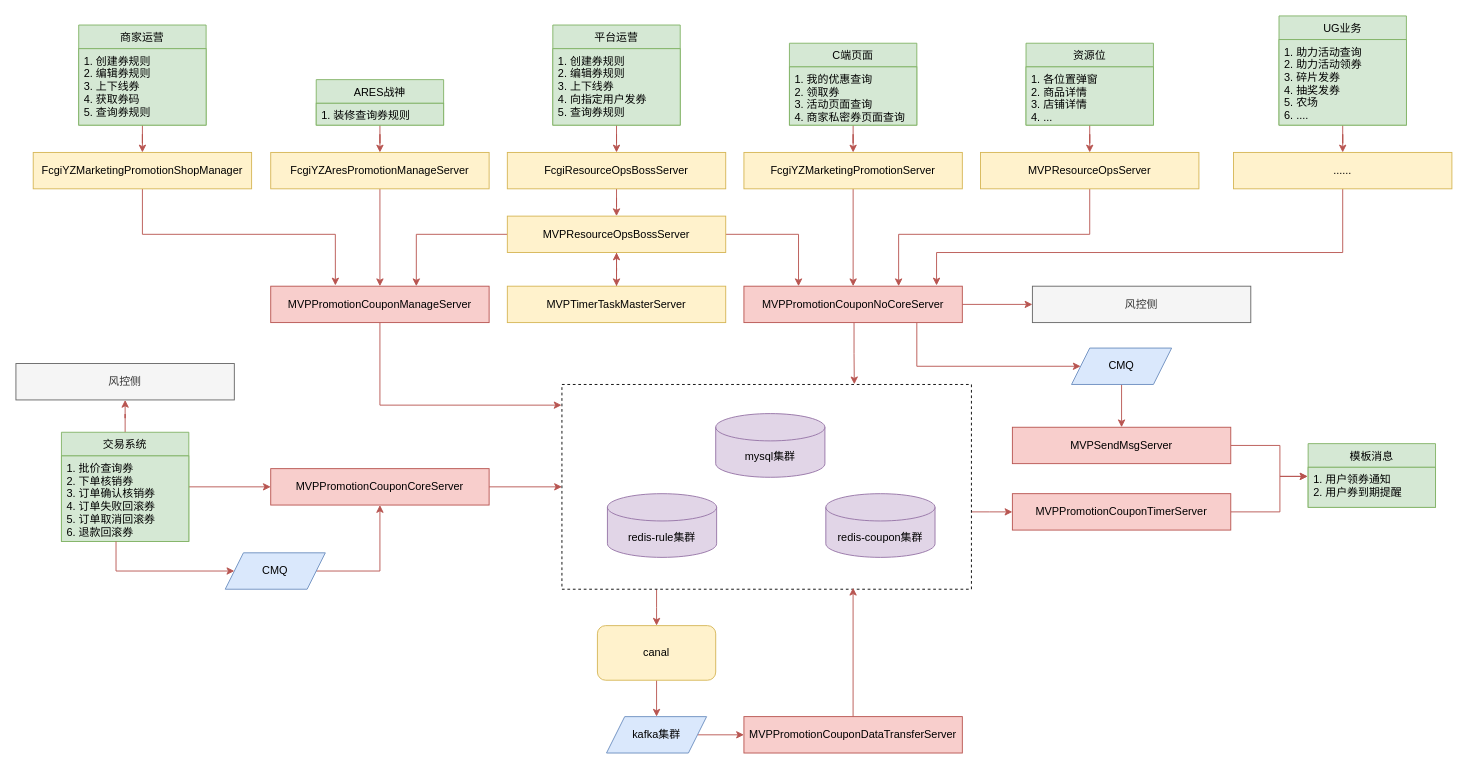
Above: Untitled Diagram.drawio in YangJuly/FigureBed (draw.io), before the change. Source tidied: cells renumbered, new cells numbered last; positions are measured from the earlier drawing's top-left corner, leaving out a move shared by most shapes. Both pictures are drawn from the tidied source at 91%, with x=0, y=0 at pixel (15, 15).
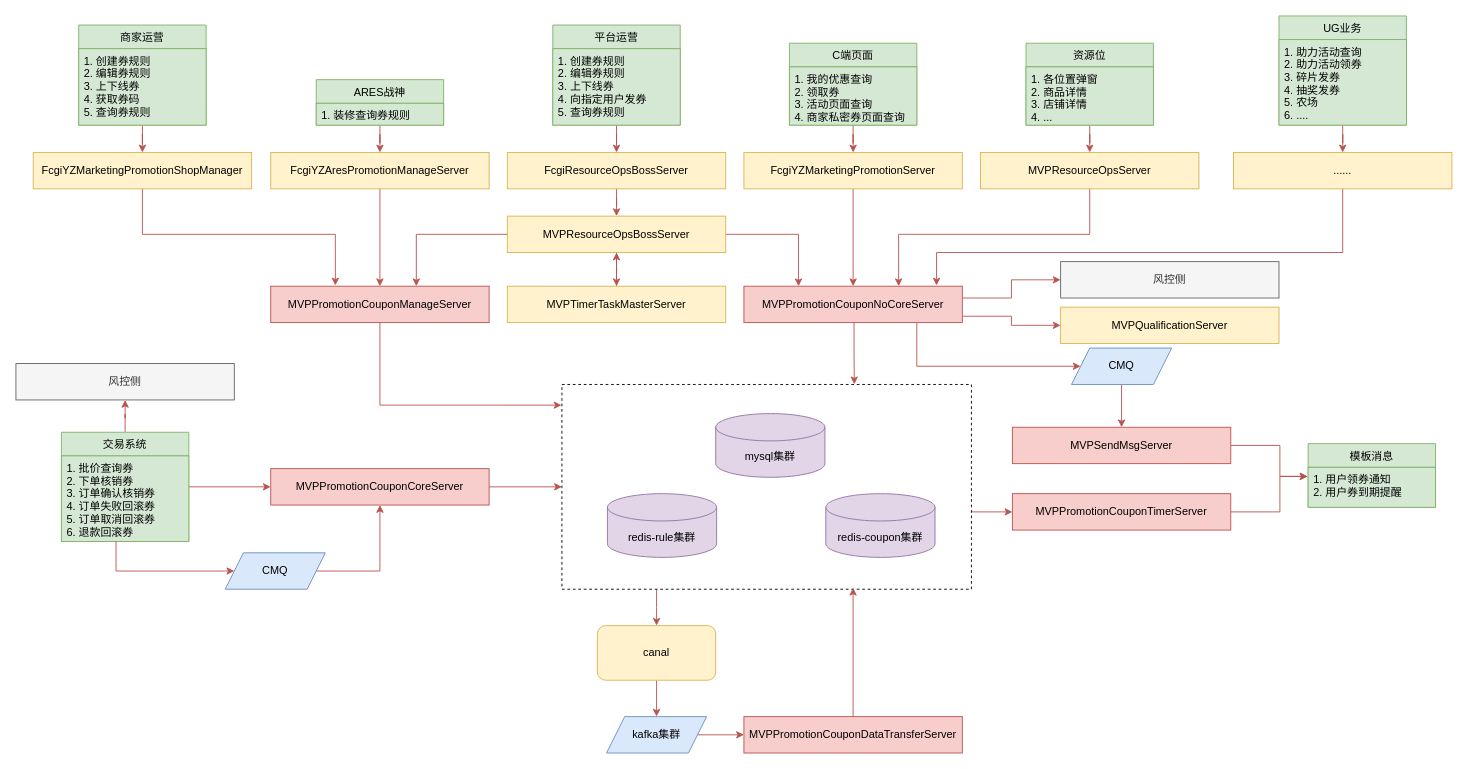
The same diagram, later.

Unchanged cells that the change refers to:
```xml
<mxCell id="45" value="MVPPromotionCouponNoCoreServer" style="rounded=0;whiteSpace=wrap;html=1;fillColor=#f8cecc;strokeColor=#b85450;" parent="1" vertex="1">
  <mxGeometry x="800" y="297" width="240" height="40" as="geometry" />
</mxCell>
```

What changed in the source:
```diff
@@
     <mxCell id="42" style="edgeStyle=orthogonalEdgeStyle;rounded=0;jettySize=auto;html=1;fillColor=#f8cecc;strokeColor=#b85450;" parent="1" edge="1" source="45" target="70">
-      <mxGeometry relative="1" as="geometry" />
+      <mxGeometry relative="1" as="geometry">
+        <Array as="points">
+          <mxPoint x="1094" y="310" />
+          <mxPoint x="1094" y="290" />
+        </Array>
+      </mxGeometry>
     </mxCell>
@@
+    <mxCell id="75" style="edgeStyle=orthogonalEdgeStyle;rounded=0;jettySize=auto;html=1;fillColor=#f8cecc;strokeColor=#b85450;" parent="1" edge="1" source="45" target="76">
+      <mxGeometry relative="1" as="geometry">
+        <Array as="points">
+          <mxPoint x="1094" y="330" />
+          <mxPoint x="1094" y="340" />
+        </Array>
+      </mxGeometry>
+    </mxCell>
@@
     <mxCell id="70" value="风控侧" style="rounded=0;whiteSpace=wrap;html=1;fillColor=#f5f5f5;strokeColor=#666666;fontColor=#333333;" parent="1" vertex="1">
-      <mxGeometry x="1117" y="297" width="240" height="40" as="geometry" />
+      <mxGeometry x="1148" y="270" width="240" height="40" as="geometry" />
     </mxCell>
@@
+    <mxCell id="76" value="MVPQualificationServer" style="rounded=0;whiteSpace=wrap;html=1;fillColor=#fff2cc;strokeColor=#d6b656;" parent="1" vertex="1">
+      <mxGeometry x="1148" y="320" width="240" height="40" as="geometry" />
+    </mxCell>
```
